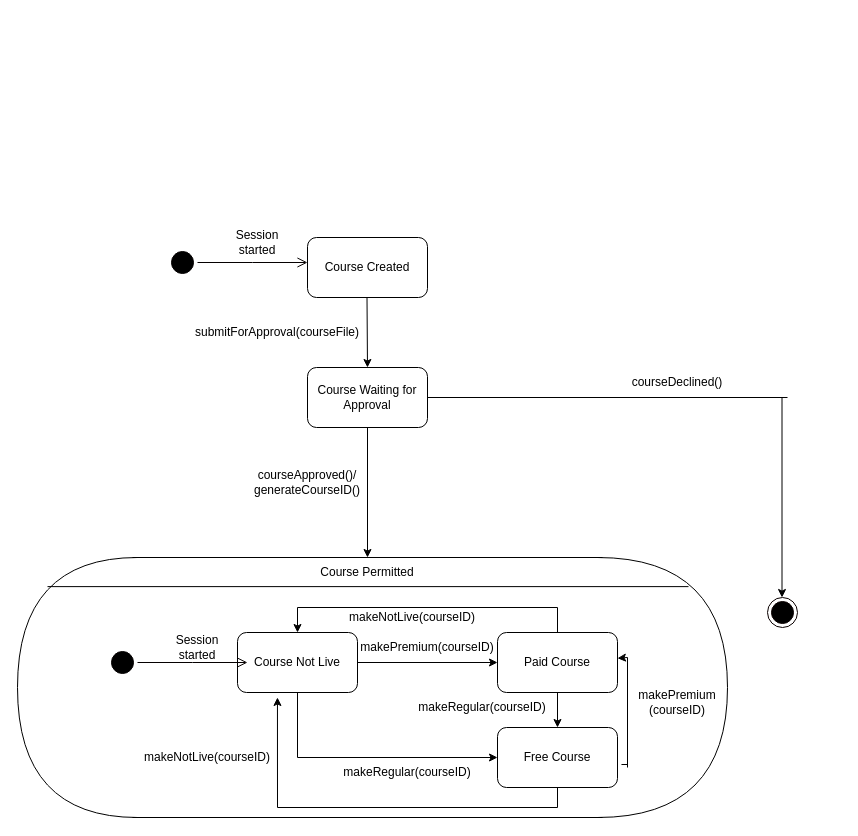
Before: page "Course Modulation" (7 of 8) of fianl_state.drawio in MdHuzzatunAli/ISD, a draw.io diagram. Source tidied: cells renumbered, new cells numbered last; positions are measured from the earlier drawing's top-left corner, leaving out a move shared by most shapes. Both pictures are drawn from the tidied source at 100%, with x=0, y=0 at pixel (17, 227).
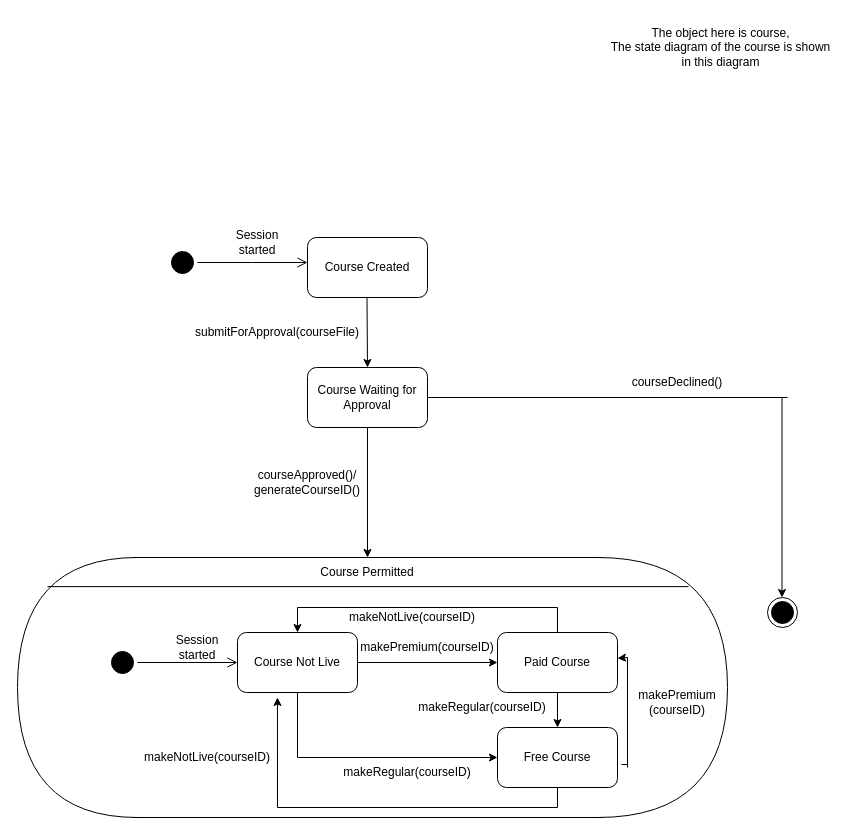
The same diagram, later.

Unchanged cells that the change refers to:
```xml
<mxCell id="24" style="ellipse;html=1;shape=startState;fillColor=#000000;strokeColor=#030000;" parent="1" vertex="1">
  <mxGeometry x="90" y="420" width="30" height="30" as="geometry" />
</mxCell>
```

What changed in the source:
```diff
@@
-    <mxCell id="25" style="edgeStyle=orthogonalEdgeStyle;html=1;verticalAlign=bottom;endArrow=open;endSize=8;strokeColor=#050000;rounded=0;entryX=0;entryY=0.5;entryDx=0;entryDy=0;" parent="1" edge="1" source="24">
+    <mxCell id="25" style="edgeStyle=orthogonalEdgeStyle;html=1;verticalAlign=bottom;endArrow=open;endSize=8;strokeColor=#050000;rounded=0;" parent="1" edge="1" source="24">
       <mxGeometry relative="1" as="geometry">
-        <mxPoint x="230" y="435" as="targetPoint" />
+        <mxPoint x="220" y="435" as="targetPoint" />
       </mxGeometry>
     </mxCell>
@@
+    <mxCell id="46" value="The object here is course,&lt;br&gt;The state diagram of the course is shown&lt;br&gt;in this diagram" style="text;html=1;align=center;verticalAlign=middle;strokeColor=none;fillColor=none;" parent="1" vertex="1">
+      <mxGeometry x="583" y="-210" width="240" height="60" as="geometry" />
+    </mxCell>
```
